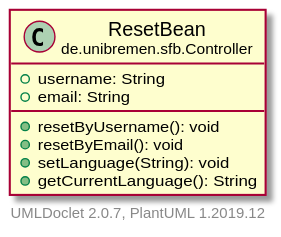
fkehlenb/softwareprojekt-2 keeps this PlantUML diagram as doc/UML/modulsichtSVG/ResetBean.svg. Above is the earlier version. The source it was exported from:
```plantuml
@startuml
    set namespaceSeparator none
    hide empty fields
    hide empty methods

    class "<size:14>ResetBean\n<size:10>de.unibremen.sfb.Controller" as de.unibremen.sfb.Controller.ResetBean [[ResetBean.html]] {
        +username: String
        +email: String
        +resetByUsername(): void
        +resetByEmail(): void
        +setLanguage(String): void
        +getCurrentLanguage(): String
    }

    center footer UMLDoclet 2.0.7, PlantUML 1.2019.12
@enduml
```
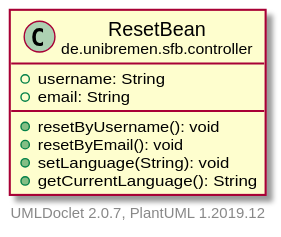
After the commit.

Diff of the diagram source:
```diff
@@ -3,7 +3,7 @@
     hide empty fields
     hide empty methods
 
-    class "<size:14>ResetBean\n<size:10>de.unibremen.sfb.Controller" as de.unibremen.sfb.Controller.ResetBean [[ResetBean.html]] {
+    class "<size:14>ResetBean\n<size:10>de.unibremen.sfb.controller" as de.unibremen.sfb.controller.ResetBean [[ResetBean.html]] {
         +username: String
         +email: String
         +resetByUsername(): void
```
